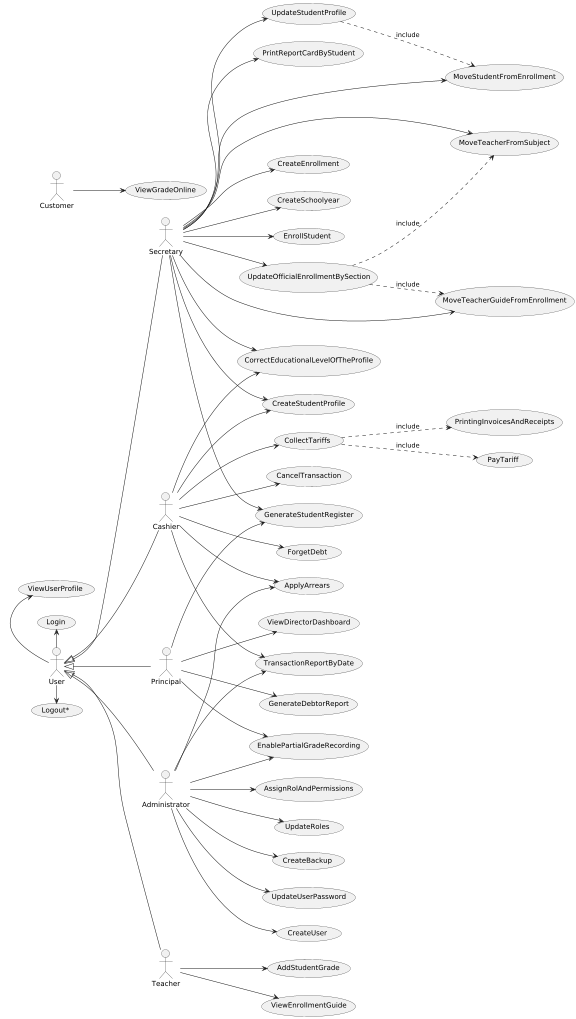
The PlantUML diagram out/UseCaseView/UseCases.png in wsmcbl/wsmcbl.doc, before a commit.
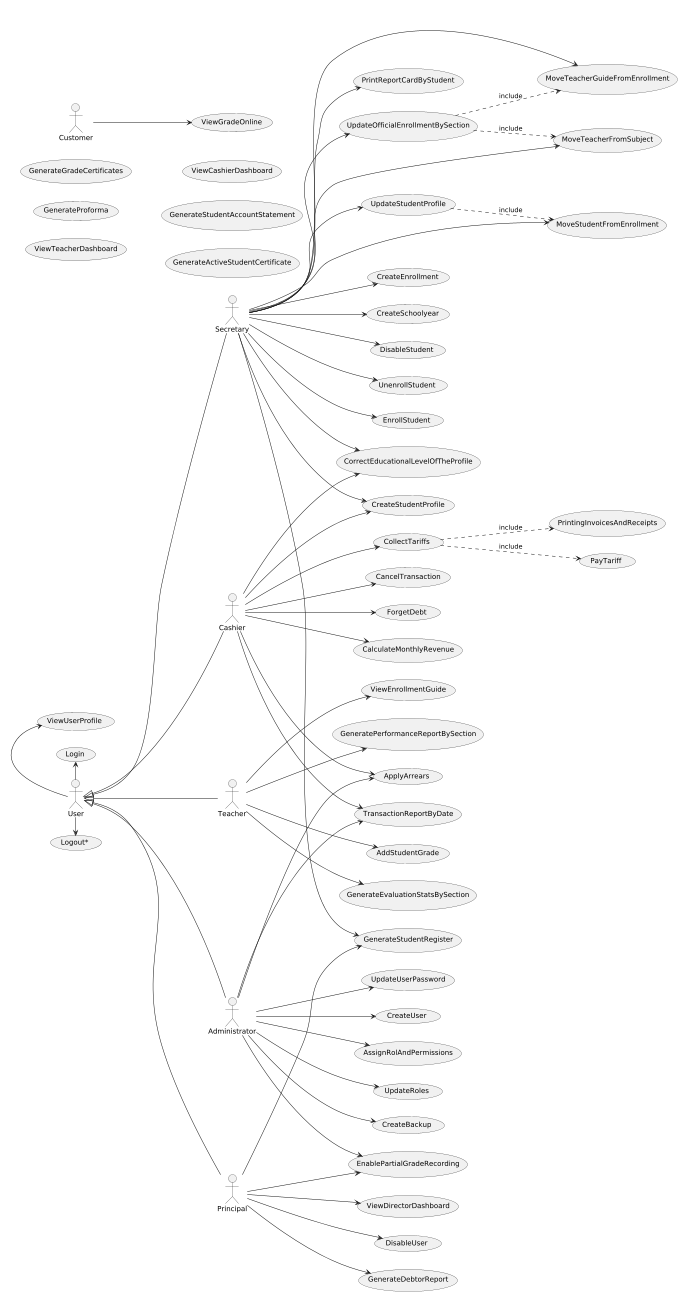
The same diagram one commit later.

Commit message:
Update: add VI iteration usecase in UseCases.puml file

What changed in the source:
```diff
@@ -130,4 +130,25 @@
 
 Cashier --> CU85
 
+
+usecase CU10 as "GenerateGradeCertificates"
+usecase CU18 as "DisableStudent"
+usecase CU26 as "UnenrollStudent"
+usecase CU31 as "GenerateEvaluationStatsBySection"
+usecase CU32 as "GeneratePerformanceReportBySection"
+usecase CU50 as "DisableUser"
+usecase CU74 as "GenerateProforma"
+usecase CU87 as "CalculateMonthlyRevenue"
+usecase CU89 as "ViewTeacherDashboard"
+usecase CU90 as "ViewCashierDashboard"
+usecase CU91 as "GenerateStudentAccountStatement"
+usecase CU92 as "GenerateActiveStudentCertificate"
+
+Principal --> CU50
+Secretary --> CU18
+Secretary --> CU26
+Cashier --> CU87
+Teacher --> CU31
+Teacher --> CU32
+
 @enduml
```
